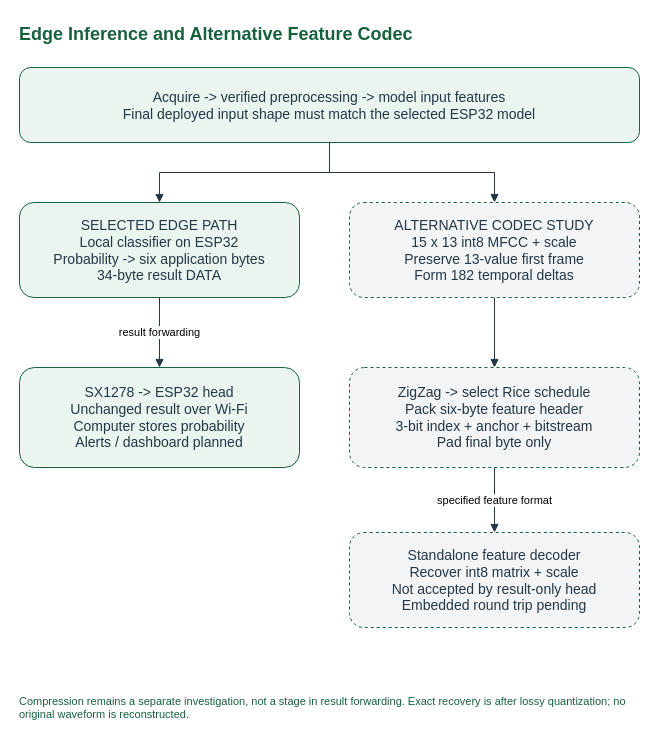
This is page "Edge Inference and Alternative Feature Codec" (8 of 8) of output/diagrams/Senior_Design_Section4_EdgeML.drawio.xml from Battikhah/senior-design-report, a draw.io file, before an edit. Source tidied: cells renumbered, new cells numbered last; positions are measured from the earlier drawing's top-left corner, leaving out a move shared by most shapes. Both pictures are drawn from the tidied source at 100%, with x=0, y=0 at pixel (17, 17).
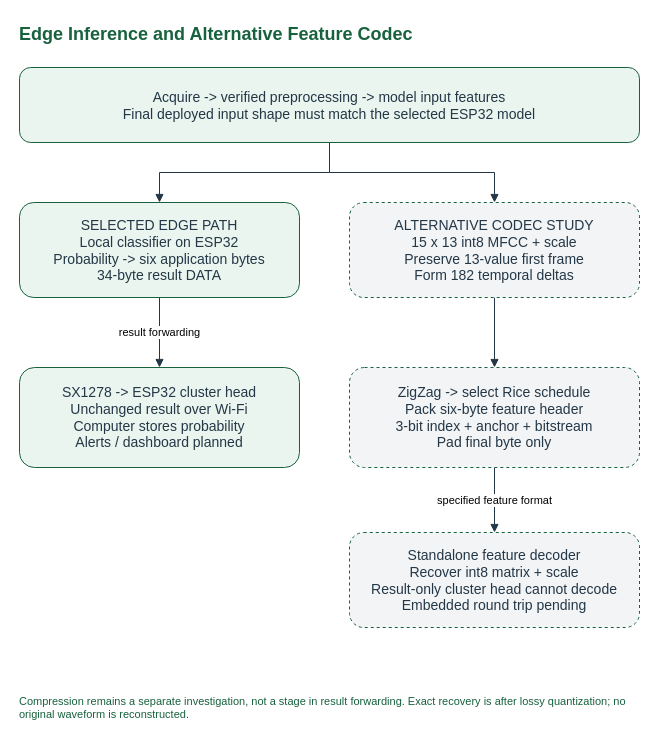
After the change.

The edit, as a diff of the source:
```diff
@@
 <mxGraphModel>
   <root>
     <mxCell id="0" />
     <mxCell id="1" parent="0" />
     <mxCell id="2" value="Edge Inference and Alternative Feature Codec" style="text;html=1;fontSize=18;fontStyle=1;fontColor=#17613D;align=left;" parent="1" vertex="1">
       <mxGeometry width="624" height="30" as="geometry" />
     </mxCell>
     <mxCell id="3" style="edgeStyle=orthogonalEdgeStyle;rounded=0;html=1;endArrow=block;strokeColor=#243746;fontSize=11;labelBackgroundColor=#FFFFFF;exitX=0.5;exitY=1;entryX=0.5;entryY=0;" parent="1" edge="1" source="8" target="9">
       <mxGeometry relative="1" as="geometry" />
     </mxCell>
     <mxCell id="4" style="edgeStyle=orthogonalEdgeStyle;rounded=0;html=1;endArrow=block;strokeColor=#243746;fontSize=11;labelBackgroundColor=#FFFFFF;exitX=0.5;exitY=1;entryX=0.5;entryY=0;" parent="1" edge="1" source="8" target="11">
       <mxGeometry relative="1" as="geometry" />
     </mxCell>
     <mxCell id="5" value="result forwarding" style="edgeStyle=orthogonalEdgeStyle;rounded=0;html=1;endArrow=block;strokeColor=#243746;fontSize=11;labelBackgroundColor=#FFFFFF;exitX=0.5;exitY=1;entryX=0.5;entryY=0;" parent="1" edge="1" source="9" target="10">
       <mxGeometry relative="1" as="geometry" />
     </mxCell>
     <mxCell id="6" style="edgeStyle=orthogonalEdgeStyle;rounded=0;html=1;endArrow=block;strokeColor=#243746;fontSize=11;labelBackgroundColor=#FFFFFF;exitX=0.5;exitY=1;entryX=0.5;entryY=0;" parent="1" edge="1" source="11" target="12">
       <mxGeometry relative="1" as="geometry" />
     </mxCell>
     <mxCell id="7" value="specified feature format" style="edgeStyle=orthogonalEdgeStyle;rounded=0;html=1;endArrow=block;strokeColor=#243746;fontSize=11;labelBackgroundColor=#FFFFFF;exitX=0.5;exitY=1;entryX=0.5;entryY=0;" parent="1" edge="1" source="12" target="13">
       <mxGeometry relative="1" as="geometry" />
     </mxCell>
     <mxCell id="8" value="Acquire -&amp;gt; verified preprocessing -&amp;gt; model input features&lt;br&gt;Final deployed input shape must match the selected ESP32 model" style="rounded=1;whiteSpace=wrap;html=1;fillColor=#EAF5EF;strokeColor=#17613D;fontColor=#243746;fontSize=14;spacing=8;" parent="1" vertex="1">
       <mxGeometry x="2" y="50" width="620" height="75" as="geometry" />
     </mxCell>
     <mxCell id="9" value="SELECTED EDGE PATH&lt;br&gt;Local classifier on ESP32&lt;br&gt;Probability -&amp;gt; six application bytes&lt;br&gt;34-byte result DATA" style="rounded=1;whiteSpace=wrap;html=1;fillColor=#EAF5EF;strokeColor=#17613D;fontColor=#243746;fontSize=14;spacing=8;" parent="1" vertex="1">
       <mxGeometry x="2" y="185" width="280" height="95" as="geometry" />
     </mxCell>
-    <mxCell id="10" value="SX1278 -&amp;gt; ESP32 head&lt;br&gt;Unchanged result over Wi-Fi&lt;br&gt;Computer stores probability&lt;br&gt;Alerts / dashboard planned" style="rounded=1;whiteSpace=wrap;html=1;fillColor=#EAF5EF;strokeColor=#17613D;fontColor=#243746;fontSize=14;spacing=8;" parent="1" vertex="1">
+    <mxCell id="10" value="SX1278 -&amp;gt; ESP32 cluster head&lt;br&gt;Unchanged result over Wi-Fi&lt;br&gt;Computer stores probability&lt;br&gt;Alerts / dashboard planned" style="rounded=1;whiteSpace=wrap;html=1;fillColor=#EAF5EF;strokeColor=#17613D;fontColor=#243746;fontSize=14;spacing=8;" parent="1" vertex="1">
       <mxGeometry x="2" y="350" width="280" height="100" as="geometry" />
     </mxCell>
     <mxCell id="11" value="ALTERNATIVE CODEC STUDY&lt;br&gt;15 x 13 int8 MFCC + scale&lt;br&gt;Preserve 13-value first frame&lt;br&gt;Form 182 temporal deltas" style="rounded=1;whiteSpace=wrap;html=1;fillColor=#F2F4F6;strokeColor=#17613D;fontColor=#243746;fontSize=14;spacing=8;dashed=1;" parent="1" vertex="1">
       <mxGeometry x="332" y="185" width="290" height="95" as="geometry" />
     </mxCell>
     <mxCell id="12" value="ZigZag -&amp;gt; select Rice schedule&lt;br&gt;Pack six-byte feature header&lt;br&gt;3-bit index + anchor + bitstream&lt;br&gt;Pad final byte only" style="rounded=1;whiteSpace=wrap;html=1;fillColor=#F2F4F6;strokeColor=#17613D;fontColor=#243746;fontSize=14;spacing=8;dashed=1;" parent="1" vertex="1">
       <mxGeometry x="332" y="350" width="290" height="100" as="geometry" />
     </mxCell>
-    <mxCell id="13" value="Standalone feature decoder&lt;br&gt;Recover int8 matrix + scale&lt;br&gt;Not accepted by result-only head&lt;br&gt;Embedded round trip pending" style="rounded=1;whiteSpace=wrap;html=1;fillColor=#F2F4F6;strokeColor=#17613D;fontColor=#243746;fontSize=14;spacing=8;dashed=1;" parent="1" vertex="1">
+    <mxCell id="13" value="Standalone feature decoder&lt;br&gt;Recover int8 matrix + scale&lt;br&gt;Result-only cluster head cannot decode&lt;br&gt;Embedded round trip pending" style="rounded=1;whiteSpace=wrap;html=1;fillColor=#F2F4F6;strokeColor=#17613D;fontColor=#243746;fontSize=14;spacing=8;dashed=1;" parent="1" vertex="1">
       <mxGeometry x="332" y="515" width="290" height="95" as="geometry" />
     </mxCell>
     <mxCell id="14" value="Compression remains a separate investigation, not a stage in result forwarding. Exact recovery is after lossy quantization; no original waveform is reconstructed." style="text;html=1;whiteSpace=wrap;align=left;fontSize=11;fontColor=#17613D;" parent="1" vertex="1">
       <mxGeometry y="671" width="624" height="36" as="geometry" />
     </mxCell>
   </root>
 </mxGraphModel>
```
